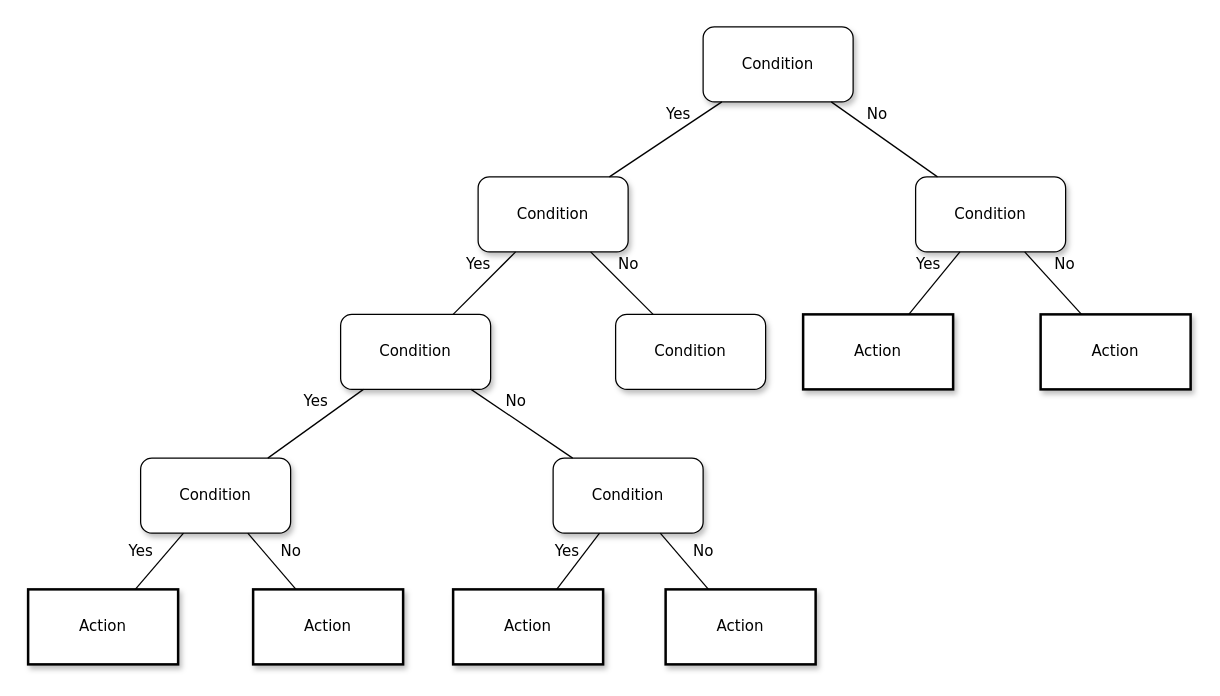
Before: Untitled Diagram.drawio in mahmoud-alragabi/flowchart-test, a draw.io diagram. Source tidied: cells renumbered, new cells numbered last; positions are measured from the earlier drawing's top-left corner, leaving out a move shared by most shapes. Both pictures are drawn from the tidied source at 125%, with x=0, y=0 at pixel (28, 26).
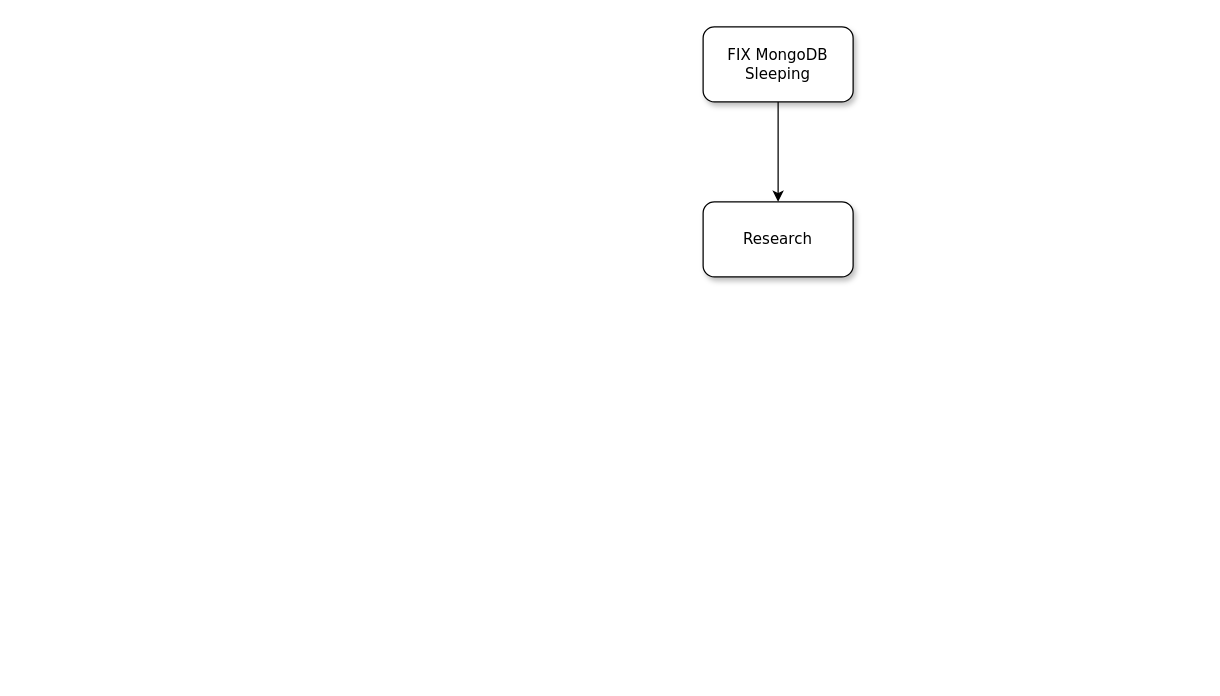
The same diagram, later.

What changed in the source:
```diff
@@
+    <mxCell id="27" style="edgeStyle=orthogonalEdgeStyle;rounded=0;jettySize=auto;html=1;" parent="1" edge="1" source="2" target="28">
+      <mxGeometry relative="1" as="geometry" />
+    </mxCell>
-    <mxCell id="2" value="Condition" style="whiteSpace=wrap;html=1;rounded=1;shadow=1;labelBackgroundColor=none;strokeWidth=1;fontFamily=Verdana;fontSize=12;align=center;" parent="1" vertex="1">
+    <mxCell id="2" value="FIX MongoDB Sleeping" style="whiteSpace=wrap;html=1;rounded=1;shadow=1;labelBackgroundColor=none;strokeWidth=1;fontFamily=Verdana;fontSize=12;align=center;" parent="1" vertex="1">
       <mxGeometry x="540" width="120" height="60" as="geometry" />
     </mxCell>
-    <mxCell id="3" value="&lt;span&gt;Condition&lt;/span&gt;" style="whiteSpace=wrap;html=1;rounded=1;shadow=1;labelBackgroundColor=none;strokeWidth=1;fontFamily=Verdana;fontSize=12;align=center;" parent="1" vertex="1">
-      <mxGeometry x="360" y="120" width="120" height="60" as="geometry" />
-    </mxCell>
-    <mxCell id="4" value="&lt;span&gt;Condition&lt;/span&gt;" style="whiteSpace=wrap;html=1;rounded=1;shadow=1;labelBackgroundColor=none;strokeWidth=1;fontFamily=Verdana;fontSize=12;align=center;" parent="1" vertex="1">
-      <mxGeometry x="710" y="120" width="120" height="60" as="geometry" />
-    </mxCell>
-    <mxCell id="5" value="No" style="rounded=0;html=1;labelBackgroundColor=none;startArrow=none;startFill=0;startSize=5;endArrow=none;endFill=0;endSize=5;jettySize=auto;strokeWidth=1;fontFamily=Verdana;fontSize=12;" parent="1" edge="1" source="2" target="4">
-      <mxGeometry x="-0.3" y="13" relative="1" as="geometry" />
-    </mxCell>
-    <mxCell id="6" value="Yes" style="rounded=0;html=1;labelBackgroundColor=none;startArrow=none;startFill=0;startSize=5;endArrow=none;endFill=0;endSize=5;jettySize=auto;strokeWidth=1;fontFamily=Verdana;fontSize=12;" parent="1" edge="1" source="2" target="3">
-      <mxGeometry x="-0.36" y="-11" relative="1" as="geometry" />
-    </mxCell>
-    <mxCell id="7" value="&lt;span&gt;Condition&lt;/span&gt;" style="whiteSpace=wrap;html=1;rounded=1;shadow=1;labelBackgroundColor=none;strokeWidth=1;fontFamily=Verdana;fontSize=12;align=center;" parent="1" vertex="1">
-      <mxGeometry x="250" y="230" width="120" height="60" as="geometry" />
-    </mxCell>
-    <mxCell id="8" value="&lt;span&gt;Condition&lt;/span&gt;" style="whiteSpace=wrap;html=1;rounded=1;shadow=1;labelBackgroundColor=none;strokeWidth=1;fontFamily=Verdana;fontSize=12;align=center;" parent="1" vertex="1">
-      <mxGeometry x="470" y="230" width="120" height="60" as="geometry" />
-    </mxCell>
-    <mxCell id="9" value="&lt;span&gt;Action&lt;/span&gt;" style="whiteSpace=wrap;html=1;rounded=0;shadow=1;labelBackgroundColor=none;strokeWidth=2;fontFamily=Verdana;fontSize=12;align=center;" parent="1" vertex="1">
-      <mxGeometry x="620" y="230" width="120" height="60" as="geometry" />
-    </mxCell>
-    <mxCell id="10" value="&lt;span&gt;Action&lt;/span&gt;" style="whiteSpace=wrap;html=1;rounded=0;shadow=1;labelBackgroundColor=none;strokeWidth=2;fontFamily=Verdana;fontSize=12;align=center;" parent="1" vertex="1">
-      <mxGeometry x="810" y="230" width="120" height="60" as="geometry" />
-    </mxCell>
-    <mxCell id="11" value="&lt;span&gt;Condition&lt;/span&gt;" style="whiteSpace=wrap;html=1;rounded=1;shadow=1;labelBackgroundColor=none;strokeWidth=1;fontFamily=Verdana;fontSize=12;align=center;" parent="1" vertex="1">
-      <mxGeometry x="90" y="345" width="120" height="60" as="geometry" />
-    </mxCell>
-    <mxCell id="12" value="&lt;span&gt;Condition&lt;/span&gt;" style="whiteSpace=wrap;html=1;rounded=1;shadow=1;labelBackgroundColor=none;strokeWidth=1;fontFamily=Verdana;fontSize=12;align=center;" parent="1" vertex="1">
-      <mxGeometry x="420" y="345" width="120" height="60" as="geometry" />
-    </mxCell>
-    <mxCell id="13" value="Yes" style="rounded=0;html=1;labelBackgroundColor=none;startArrow=none;startFill=0;startSize=5;endArrow=none;endFill=0;endSize=5;jettySize=auto;strokeWidth=1;fontFamily=Verdana;fontSize=12;" parent="1" edge="1" source="3" target="7">
-      <mxGeometry x="-0.2" y="-14" relative="1" as="geometry" />
-    </mxCell>
-    <mxCell id="14" value="No" style="rounded=0;html=1;labelBackgroundColor=none;startArrow=none;startFill=0;startSize=5;endArrow=none;endFill=0;endSize=5;jettySize=auto;strokeWidth=1;fontFamily=Verdana;fontSize=12;" parent="1" edge="1" source="3" target="8">
-      <mxGeometry x="-0.2" y="14" relative="1" as="geometry" />
-    </mxCell>
-    <mxCell id="15" value="Yes" style="rounded=0;html=1;labelBackgroundColor=none;startArrow=none;startFill=0;startSize=5;endArrow=none;endFill=0;endSize=5;jettySize=auto;strokeWidth=1;fontFamily=Verdana;fontSize=12;" parent="1" edge="1" source="4" target="9">
-      <mxGeometry x="-0.26" y="-13" relative="1" as="geometry" />
-    </mxCell>
-    <mxCell id="16" value="No" style="rounded=0;html=1;labelBackgroundColor=none;startArrow=none;startFill=0;startSize=5;endArrow=none;endFill=0;endSize=5;jettySize=auto;strokeWidth=1;fontFamily=Verdana;fontSize=12;" parent="1" edge="1" source="4" target="10">
-      <mxGeometry x="-0.13" y="17" relative="1" as="geometry" />
-    </mxCell>
-    <mxCell id="17" value="Yes" style="rounded=0;html=1;labelBackgroundColor=none;startArrow=none;startFill=0;startSize=5;endArrow=none;endFill=0;endSize=5;jettySize=auto;strokeWidth=1;fontFamily=Verdana;fontSize=12;" parent="1" edge="1" source="7" target="11">
-      <mxGeometry x="-0.22" y="-14" relative="1" as="geometry" />
-    </mxCell>
-    <mxCell id="18" value="No" style="rounded=0;html=1;labelBackgroundColor=none;startArrow=none;startFill=0;startSize=5;endArrow=none;endFill=0;endSize=5;jettySize=auto;strokeWidth=1;fontFamily=Verdana;fontSize=12;" parent="1" edge="1" source="7" target="12">
-      <mxGeometry x="-0.28" y="12" relative="1" as="geometry" />
-    </mxCell>
-    <mxCell id="19" value="Action" style="whiteSpace=wrap;html=1;rounded=0;shadow=1;labelBackgroundColor=none;strokeWidth=2;fontFamily=Verdana;fontSize=12;align=center;" parent="1" vertex="1">
-      <mxGeometry y="450" width="120" height="60" as="geometry" />
-    </mxCell>
-    <mxCell id="20" value="&lt;span&gt;Action&lt;/span&gt;" style="whiteSpace=wrap;html=1;rounded=0;shadow=1;labelBackgroundColor=none;strokeWidth=2;fontFamily=Verdana;fontSize=12;align=center;" parent="1" vertex="1">
-      <mxGeometry x="180" y="450" width="120" height="60" as="geometry" />
-    </mxCell>
-    <mxCell id="21" value="&lt;span&gt;Action&lt;/span&gt;" style="whiteSpace=wrap;html=1;rounded=0;shadow=1;labelBackgroundColor=none;strokeWidth=2;fontFamily=Verdana;fontSize=12;align=center;" parent="1" vertex="1">
-      <mxGeometry x="340" y="450" width="120" height="60" as="geometry" />
-    </mxCell>
-    <mxCell id="22" value="&lt;span&gt;Action&lt;/span&gt;" style="whiteSpace=wrap;html=1;rounded=0;shadow=1;labelBackgroundColor=none;strokeWidth=2;fontFamily=Verdana;fontSize=12;align=center;" parent="1" vertex="1">
-      <mxGeometry x="510" y="450" width="120" height="60" as="geometry" />
-    </mxCell>
-    <mxCell id="23" value="Yes" style="rounded=0;html=1;labelBackgroundColor=none;startArrow=none;startFill=0;startSize=5;endArrow=none;endFill=0;endSize=5;jettySize=auto;strokeWidth=1;fontFamily=Verdana;fontSize=12;" parent="1" edge="1" source="11" target="19">
-      <mxGeometry x="0.14" y="-16" relative="1" as="geometry" />
-    </mxCell>
-    <mxCell id="24" value="No" style="rounded=0;html=1;labelBackgroundColor=none;startArrow=none;startFill=0;startSize=5;endArrow=none;endFill=0;endSize=5;jettySize=auto;strokeWidth=1;fontFamily=Verdana;fontSize=12;" parent="1" edge="1" source="11" target="20">
-      <mxGeometry x="0.14" y="16" relative="1" as="geometry" />
-    </mxCell>
-    <mxCell id="25" value="Yes" style="rounded=0;html=1;labelBackgroundColor=none;startArrow=none;startFill=0;startSize=5;endArrow=none;endFill=0;endSize=5;jettySize=auto;strokeWidth=1;fontFamily=Verdana;fontSize=12;" parent="1" edge="1" source="12" target="21">
-      <mxGeometry y="-12" relative="1" as="geometry" />
-    </mxCell>
-    <mxCell id="26" value="No" style="rounded=0;html=1;labelBackgroundColor=none;startArrow=none;startFill=0;startSize=5;endArrow=none;endFill=0;endSize=5;jettySize=auto;strokeWidth=1;fontFamily=Verdana;fontSize=12;" parent="1" edge="1" source="12" target="22">
-      <mxGeometry x="0.14" y="16" relative="1" as="geometry" />
-    </mxCell>
+    <mxCell id="28" value="Research" style="whiteSpace=wrap;html=1;rounded=1;shadow=1;labelBackgroundColor=none;strokeWidth=1;fontFamily=Verdana;fontSize=12;align=center;" parent="1" vertex="1">
+      <mxGeometry x="540" y="140" width="120" height="60" as="geometry" />
+    </mxCell>
```
